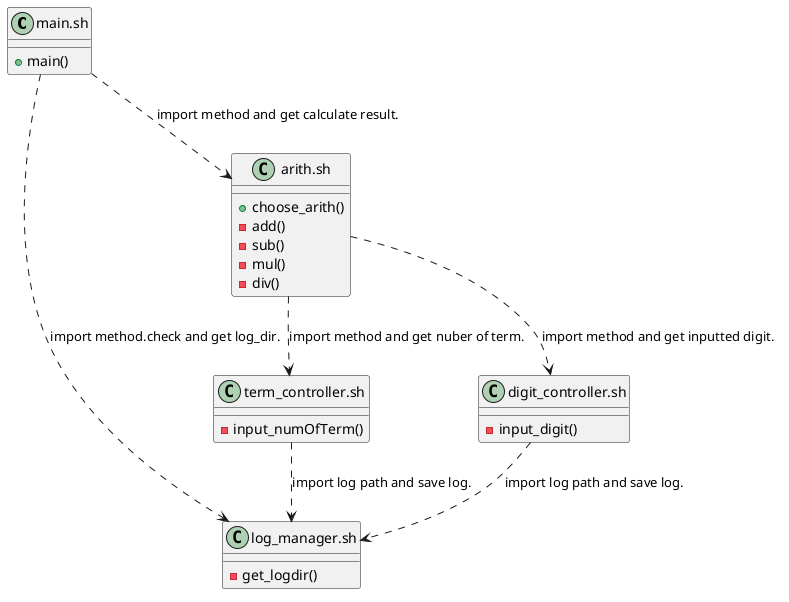
This is docs/basic-calc_class.png from Jumacde/shellscript_basiccalc_whileloop, a PlantUML export, as it was before one commit.
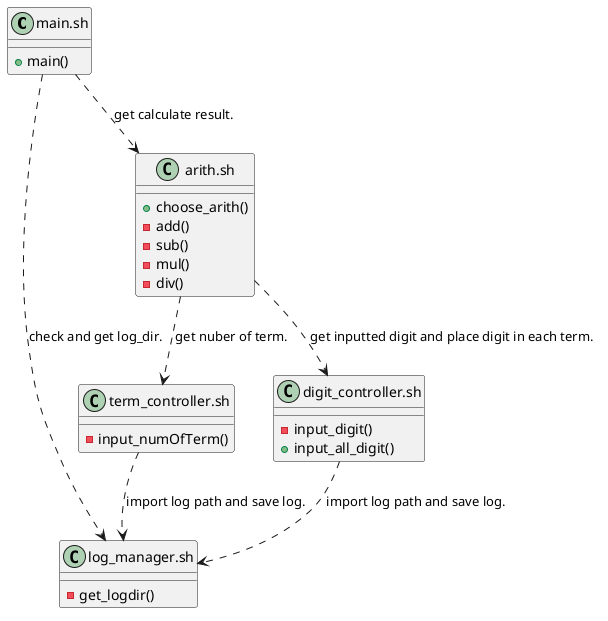
Above is the later version.

Diff of the diagram source:
```diff
@@ -10,6 +10,7 @@
 	}
 	class "digit_controller.sh" as digit {
 		- input_digit()
+		+ input_all_digit()
 	}
 	class "arith.sh" as arith {
 		+ choose_arith()
@@ -19,10 +20,10 @@
 		- div()
 	}
 
-main ..> log: import method.check and get log_dir.
-arith ..> term: import method and get nuber of term.
-arith ..> digit: import method and get inputted digit.
-main ..> arith: import method and get calculate result.
+main ..> log: check and get log_dir.
+arith ..> term: get nuber of term.
+arith ..> digit: get inputted digit and place digit in each term.
+main ..> arith: get calculate result.
 term ..> log: import log path and save log.
 digit ..> log: import log path and save log.
 @enduml
```
